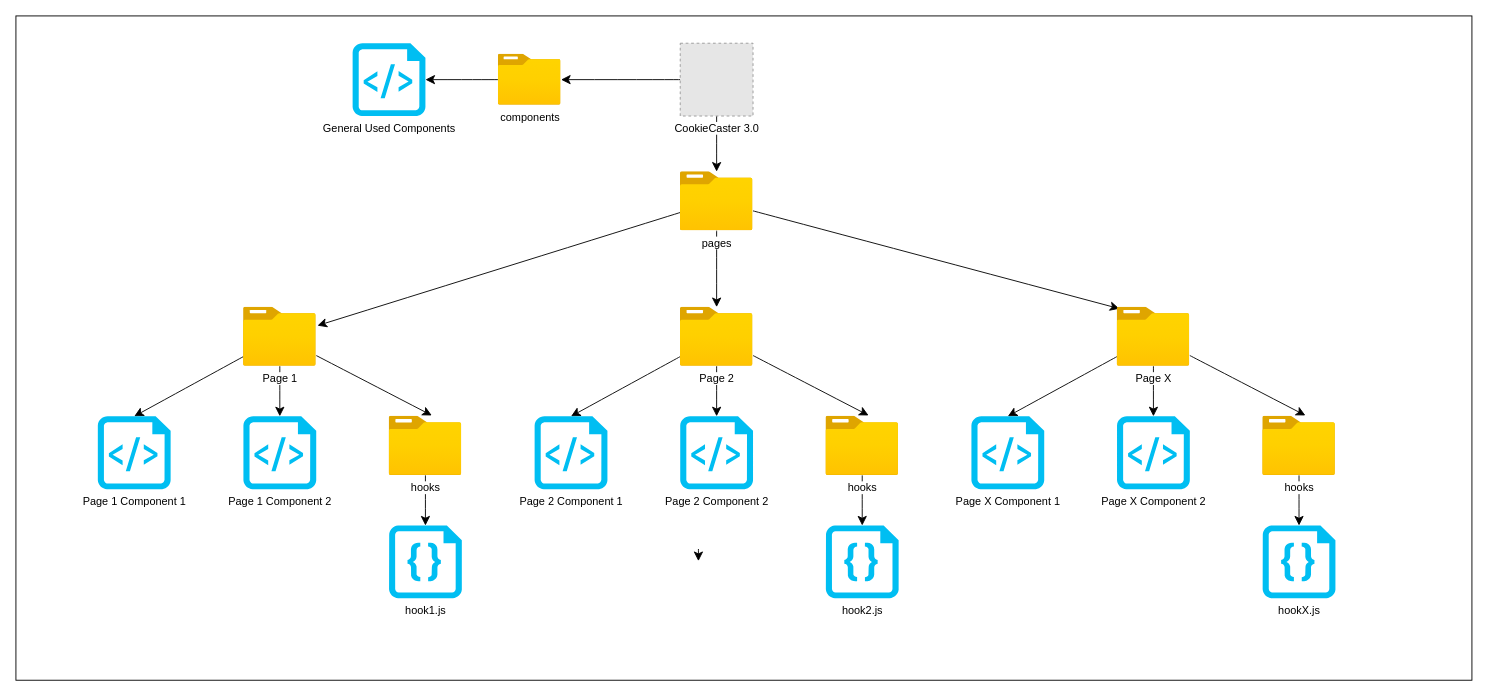
aldizeci/cookiecaster keeps this draw.io diagram as page "react-project" (1 of 2) of docs/diagrams/diagrams_cookiecaster.drawio.xml. Above is the earlier version. Source tidied: cells renumbered, new cells numbered last; positions are measured from the earlier drawing's top-left corner, leaving out a move shared by most shapes. Both pictures are drawn from the tidied source at 91%, with x=0, y=0 at pixel (15, 15). Pictures stored in the file or linked from it are replaced by grey dashed boxes.
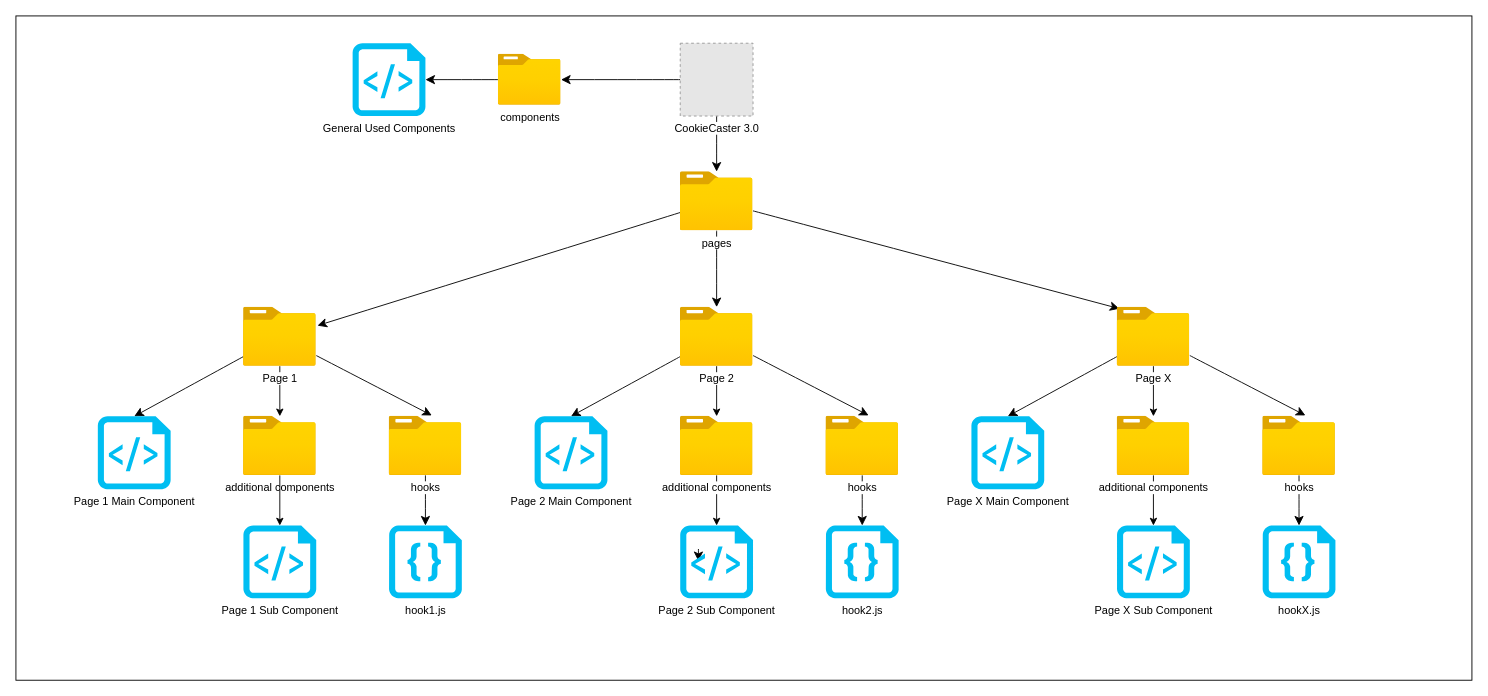
The same page after the edit.

Unchanged cells that the change refers to:
```xml
<mxCell id="15" value="Page 1" style="image;html=1;points=[];align=center;fontSize=12;image=img/lib/azure2/general/Folder_Blank.svg;" parent="1" vertex="1">
  <mxGeometry x="250" y="320" width="80" height="64.9" as="geometry" />
</mxCell>
<mxCell id="25" value="Page 2" style="image;html=1;points=[];align=center;fontSize=12;image=img/lib/azure2/general/Folder_Blank.svg;" parent="1" vertex="1">
  <mxGeometry x="730" y="320" width="80" height="64.9" as="geometry" />
</mxCell>
<mxCell id="34" value="Page X" style="image;html=1;points=[];align=center;fontSize=12;image=img/lib/azure2/general/Folder_Blank.svg;" parent="1" vertex="1">
  <mxGeometry x="1210" y="320" width="80" height="64.9" as="geometry" />
</mxCell>
```

The edit, as a diff of the source:
```diff
@@
-    <mxCell id="14" style="edgeStyle=none;curved=1;rounded=0;jettySize=auto;html=1;fontSize=12;startSize=8;endSize=8;" parent="1" edge="1" source="15" target="20">
-      <mxGeometry relative="1" as="geometry" />
-    </mxCell>
+    <mxCell id="41" style="edgeStyle=orthogonalEdgeStyle;rounded=0;jettySize=auto;html=1;" parent="1" edge="1" source="15" target="44">
+      <mxGeometry relative="1" as="geometry" />
+    </mxCell>
@@
-    <mxCell id="19" value="Page 1 Component 1" style="verticalLabelPosition=bottom;html=1;verticalAlign=top;align=center;strokeColor=none;fillColor=#00BEF2;shape=mxgraph.azure.script_file;" parent="1" vertex="1">
+    <mxCell id="19" value="Page 1 Main Component" style="verticalLabelPosition=bottom;html=1;verticalAlign=top;align=center;strokeColor=none;fillColor=#00BEF2;shape=mxgraph.azure.script_file;" parent="1" vertex="1">
       <mxGeometry x="90" y="440" width="80" height="80" as="geometry" />
     </mxCell>
-    <mxCell id="20" value="Page 1 Component 2" style="verticalLabelPosition=bottom;html=1;verticalAlign=top;align=center;strokeColor=none;fillColor=#00BEF2;shape=mxgraph.azure.script_file;" parent="1" vertex="1">
-      <mxGeometry x="250" y="440" width="80" height="80" as="geometry" />
+    <mxCell id="20" value="Page 1 Sub Component" style="verticalLabelPosition=bottom;html=1;verticalAlign=top;align=center;strokeColor=none;fillColor=#00BEF2;shape=mxgraph.azure.script_file;" parent="1" vertex="1">
+      <mxGeometry x="250" y="560" width="80" height="80" as="geometry" />
     </mxCell>
@@
-    <mxCell id="24" style="edgeStyle=none;curved=1;rounded=0;jettySize=auto;html=1;fontSize=12;startSize=8;endSize=8;" parent="1" edge="1" source="25" target="29">
-      <mxGeometry relative="1" as="geometry" />
-    </mxCell>
+    <mxCell id="42" style="edgeStyle=orthogonalEdgeStyle;rounded=0;jettySize=auto;html=1;" parent="1" edge="1" source="25" target="47">
+      <mxGeometry relative="1" as="geometry" />
+    </mxCell>
@@
-    <mxCell id="28" value="Page 2 Component 1" style="verticalLabelPosition=bottom;html=1;verticalAlign=top;align=center;strokeColor=none;fillColor=#00BEF2;shape=mxgraph.azure.script_file;" parent="1" vertex="1">
+    <mxCell id="28" value="Page 2 Main Component" style="verticalLabelPosition=bottom;html=1;verticalAlign=top;align=center;strokeColor=none;fillColor=#00BEF2;shape=mxgraph.azure.script_file;" parent="1" vertex="1">
       <mxGeometry x="570" y="440" width="80" height="80" as="geometry" />
     </mxCell>
-    <mxCell id="29" value="Page 2 Component 2" style="verticalLabelPosition=bottom;html=1;verticalAlign=top;align=center;strokeColor=none;fillColor=#00BEF2;shape=mxgraph.azure.script_file;" parent="1" vertex="1">
-      <mxGeometry x="730" y="440" width="80" height="80" as="geometry" />
+    <mxCell id="29" value="Page 2 Sub Component" style="verticalLabelPosition=bottom;html=1;verticalAlign=top;align=center;strokeColor=none;fillColor=#00BEF2;shape=mxgraph.azure.script_file;" parent="1" vertex="1">
+      <mxGeometry x="730" y="560" width="80" height="80" as="geometry" />
     </mxCell>
@@
-    <mxCell id="33" style="edgeStyle=none;curved=1;rounded=0;jettySize=auto;html=1;fontSize=12;startSize=8;endSize=8;" parent="1" edge="1" source="34" target="38">
-      <mxGeometry relative="1" as="geometry" />
-    </mxCell>
+    <mxCell id="43" style="edgeStyle=orthogonalEdgeStyle;rounded=0;jettySize=auto;html=1;" parent="1" edge="1" source="34" target="49">
+      <mxGeometry relative="1" as="geometry" />
+    </mxCell>
@@
-    <mxCell id="37" value="Page X Component 1" style="verticalLabelPosition=bottom;html=1;verticalAlign=top;align=center;strokeColor=none;fillColor=#00BEF2;shape=mxgraph.azure.script_file;" parent="1" vertex="1">
+    <mxCell id="37" value="Page X Main Component" style="verticalLabelPosition=bottom;html=1;verticalAlign=top;align=center;strokeColor=none;fillColor=#00BEF2;shape=mxgraph.azure.script_file;" parent="1" vertex="1">
       <mxGeometry x="1050" y="440" width="80" height="80" as="geometry" />
     </mxCell>
-    <mxCell id="38" value="Page X Component 2" style="verticalLabelPosition=bottom;html=1;verticalAlign=top;align=center;strokeColor=none;fillColor=#00BEF2;shape=mxgraph.azure.script_file;" parent="1" vertex="1">
-      <mxGeometry x="1210" y="440" width="80" height="80" as="geometry" />
+    <mxCell id="38" value="Page X Sub Component" style="verticalLabelPosition=bottom;html=1;verticalAlign=top;align=center;strokeColor=none;fillColor=#00BEF2;shape=mxgraph.azure.script_file;" parent="1" vertex="1">
+      <mxGeometry x="1210" y="560" width="80" height="80" as="geometry" />
     </mxCell>
@@
+    <mxCell id="44" value="additional components" style="image;html=1;points=[];align=center;fontSize=12;image=img/lib/azure2/general/Folder_Blank.svg;" parent="1" vertex="1">
+      <mxGeometry x="250" y="440" width="80" height="64.9" as="geometry" />
+    </mxCell>
+    <mxCell id="45" style="edgeStyle=orthogonalEdgeStyle;rounded=0;jettySize=auto;html=1;entryX=0.5;entryY=0;entryDx=0;entryDy=0;entryPerimeter=0;" parent="1" edge="1" source="44" target="20">
+      <mxGeometry relative="1" as="geometry" />
+    </mxCell>
+    <mxCell id="46" style="edgeStyle=orthogonalEdgeStyle;rounded=0;jettySize=auto;html=1;" parent="1" edge="1" source="47" target="29">
+      <mxGeometry relative="1" as="geometry" />
+    </mxCell>
+    <mxCell id="47" value="additional components" style="image;html=1;points=[];align=center;fontSize=12;image=img/lib/azure2/general/Folder_Blank.svg;" parent="1" vertex="1">
+      <mxGeometry x="730" y="440" width="80" height="64.9" as="geometry" />
+    </mxCell>
+    <mxCell id="48" style="edgeStyle=orthogonalEdgeStyle;rounded=0;jettySize=auto;html=1;" parent="1" edge="1" source="49" target="38">
+      <mxGeometry relative="1" as="geometry" />
+    </mxCell>
+    <mxCell id="49" value="additional components" style="image;html=1;points=[];align=center;fontSize=12;image=img/lib/azure2/general/Folder_Blank.svg;" parent="1" vertex="1">
+      <mxGeometry x="1210" y="440" width="80" height="64.9" as="geometry" />
+    </mxCell>
```
